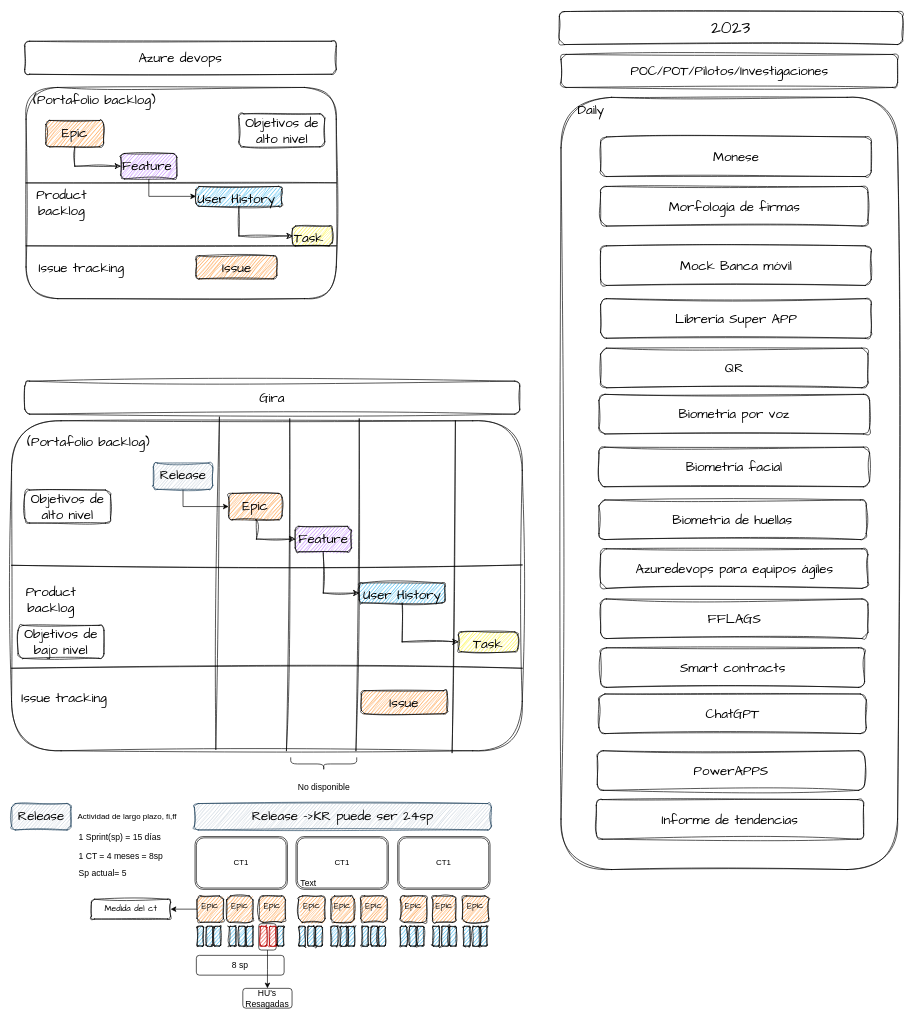
This is page "POC" (2 of 3) of Custodia iniciativas.drawio from santiagovb/Diagramas, a draw.io file, before an edit. Source tidied: cells renumbered, new cells numbered last; positions are measured from the earlier drawing's top-left corner, leaving out a move shared by most shapes. Both pictures are drawn from the tidied source at 66%, with x=0, y=0 at pixel (11, 11).
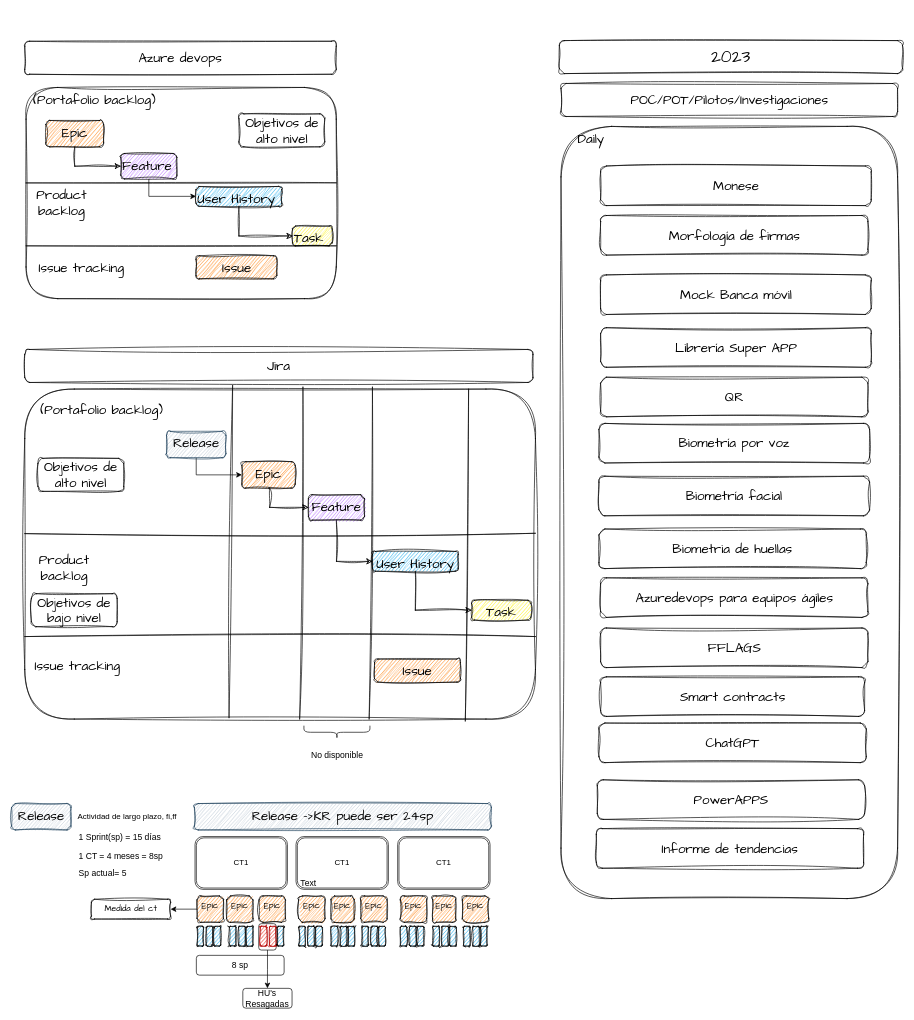
After the change.

What changed in the source:
```diff
@@
     <mxCell id="19" value="Daily" style="rounded=1;whiteSpace=wrap;html=1;sketch=1;hachureGap=4;jiggle=2;curveFitting=1;fontFamily=Architects Daughter;fontSize=20;fontColor=#000000;labelBackgroundColor=none;verticalAlign=top;align=left;spacingLeft=23;" parent="1" vertex="1">
-      <mxGeometry x="832.5" y="130" width="510" height="1170" as="geometry" />
+      <mxGeometry x="832.5" y="174" width="510" height="1170" as="geometry" />
     </mxCell>
     <mxCell id="20" value="Monese" style="rounded=1;whiteSpace=wrap;html=1;sketch=1;hachureGap=4;jiggle=2;curveFitting=1;fontFamily=Architects Daughter;fontSize=20;fontColor=#000000;labelBackgroundColor=none;" parent="1" vertex="1">
-      <mxGeometry x="892.5" y="190" width="410" height="60" as="geometry" />
+      <mxGeometry x="892.5" y="234" width="410" height="60" as="geometry" />
     </mxCell>
     <mxCell id="21" value="Biometría por voz" style="text;whiteSpace=wrap;html=1;fontSize=20;fontFamily=Architects Daughter;align=center;verticalAlign=middle;fillColor=default;strokeColor=default;rounded=1;sketch=1;hachureGap=4;jiggle=2;curveFitting=1;fontColor=#000000;labelBackgroundColor=none;" parent="1" vertex="1">
-      <mxGeometry x="890" y="580" width="410" height="60" as="geometry" />
+      <mxGeometry x="890" y="624" width="410" height="60" as="geometry" />
     </mxCell>
     <mxCell id="22" value="&lt;div style=&quot;text-align: left;&quot;&gt;&lt;span style=&quot;background-color: initial;&quot;&gt;Biometría facial&lt;/span&gt;&lt;/div&gt;" style="rounded=1;whiteSpace=wrap;html=1;sketch=1;hachureGap=4;jiggle=2;curveFitting=1;fontFamily=Architects Daughter;fontSize=20;gradientColor=none;fontColor=#000000;labelBackgroundColor=none;" parent="1" vertex="1">
-      <mxGeometry x="890" y="660" width="410" height="60" as="geometry" />
+      <mxGeometry x="890" y="704" width="410" height="60" as="geometry" />
     </mxCell>
     <mxCell id="23" value="&lt;div style=&quot;text-align: left;&quot;&gt;Mock Banca móvil&lt;/div&gt;" style="rounded=1;whiteSpace=wrap;html=1;sketch=1;hachureGap=4;jiggle=2;curveFitting=1;fontFamily=Architects Daughter;fontSize=20;fontColor=#000000;labelBackgroundColor=none;" parent="1" vertex="1">
-      <mxGeometry x="892.5" y="355" width="410" height="60" as="geometry" />
+      <mxGeometry x="892.5" y="399" width="410" height="60" as="geometry" />
     </mxCell>
     <mxCell id="24" value="&lt;div style=&quot;text-align: left;&quot;&gt;Librería Super APP&lt;/div&gt;" style="rounded=1;whiteSpace=wrap;html=1;sketch=1;hachureGap=4;jiggle=2;curveFitting=1;fontFamily=Architects Daughter;fontSize=20;fontColor=#000000;labelBackgroundColor=none;" parent="1" vertex="1">
-      <mxGeometry x="892.5" y="435" width="410" height="60" as="geometry" />
+      <mxGeometry x="892.5" y="479" width="410" height="60" as="geometry" />
     </mxCell>
     <mxCell id="25" value="Smart contracts" style="rounded=1;whiteSpace=wrap;html=1;sketch=1;hachureGap=4;jiggle=2;curveFitting=1;fontFamily=Architects Daughter;fontSize=20;fontColor=#000000;labelBackgroundColor=none;" parent="1" vertex="1">
-      <mxGeometry x="892.5" y="964" width="400" height="60" as="geometry" />
+      <mxGeometry x="892.5" y="1008" width="400" height="60" as="geometry" />
     </mxCell>
     <mxCell id="26" value="ChatGPT" style="rounded=1;whiteSpace=wrap;html=1;sketch=1;hachureGap=4;jiggle=2;curveFitting=1;fontFamily=Architects Daughter;fontSize=20;fontColor=#000000;labelBackgroundColor=none;" parent="1" vertex="1">
-      <mxGeometry x="890" y="1034" width="405" height="60" as="geometry" />
+      <mxGeometry x="890" y="1078" width="405" height="60" as="geometry" />
     </mxCell>
     <mxCell id="27" value="&lt;div style=&quot;text-align: left;&quot;&gt;&lt;span style=&quot;background-color: initial;&quot;&gt;Biometria de huellas&lt;/span&gt;&lt;/div&gt;" style="rounded=1;whiteSpace=wrap;html=1;sketch=1;hachureGap=4;jiggle=2;curveFitting=1;fontFamily=Architects Daughter;fontSize=20;fontColor=#000000;labelBackgroundColor=none;" parent="1" vertex="1">
-      <mxGeometry x="890" y="740" width="405" height="60" as="geometry" />
+      <mxGeometry x="890" y="784" width="405" height="60" as="geometry" />
     </mxCell>
     <mxCell id="28" value="&lt;div style=&quot;text-align: left;&quot;&gt;&lt;span style=&quot;background-color: initial;&quot;&gt;Morfología de firmas&lt;/span&gt;&lt;/div&gt;" style="rounded=1;whiteSpace=wrap;html=1;sketch=1;hachureGap=4;jiggle=2;curveFitting=1;fontFamily=Architects Daughter;fontSize=20;fontColor=#000000;labelBackgroundColor=none;" parent="1" vertex="1">
-      <mxGeometry x="892.5" y="265" width="405" height="60" as="geometry" />
+      <mxGeometry x="892.5" y="309" width="405" height="60" as="geometry" />
     </mxCell>
     <mxCell id="29" value="&lt;span style=&quot;accent-color: auto; place-content: normal; place-items: normal; place-self: auto; alignment-baseline: auto; animation: 0s ease 0s 1 normal none running none; app-region: none; appearance: none; aspect-ratio: auto; backdrop-filter: none; backface-visibility: visible; background-image: none; background-position: 0% 0%; background-size: auto; background-repeat: repeat; background-attachment: scroll; background-origin: padding-box; background-clip: border-box; background-blend-mode: normal; baseline-shift: 0px; border-image: none 100% / 1 / 0 stretch; border-color: rgb(0, 0, 0); border-collapse: separate; border-end-end-radius: 0px; border-end-start-radius: 0px; border-width: 0px; border-style: none; border-spacing: 0px; border-start-end-radius: 0px; border-start-start-radius: 0px; border-radius: 0px; inset: auto; box-shadow: none; box-sizing: content-box; break-after: auto; break-before: auto; break-inside: auto; buffered-rendering: auto; caption-side: top; caret-color: rgb(0, 0, 0); clear: none; clip: auto; clip-path: none; clip-rule: nonzero; color-interpolation: srgb; color-interpolation-filters: linearrgb; color-rendering: auto; color-scheme: normal; columns: auto auto; column-fill: balance; gap: normal; column-rule: 0px none rgb(0, 0, 0); column-span: none; contain: none; contain-intrinsic-block-size: none; contain-intrinsic-size: none; contain-intrinsic-inline-size: none; container: none; content: normal; content-visibility: visible; counter-increment: none; counter-reset: none; counter-set: none; cursor: text; cx: 0px; cy: 0px; d: none; direction: ltr; display: inline; dominant-baseline: auto; empty-cells: show; fill: rgb(0, 0, 0); fill-opacity: 1; fill-rule: nonzero; filter: none; flex: 0 1 auto; flex-flow: row nowrap; float: none; flood-color: rgb(0, 0, 0); flood-opacity: 1; font-feature-settings: normal; font-kerning: none; font-optical-sizing: auto; font-palette: normal; font-size: 20px; font-stretch: 100%; font-synthesis: weight style small-caps; font-variant-ligatures: no-common-ligatures no-discretionary-ligatures no-historical-ligatures no-contextual; font-variant-numeric: normal; font-variant-east-asian: normal; font-variation-settings: normal; forced-color-adjust: auto; grid-area: auto / auto / auto / auto; grid: auto-flow auto / none; height: auto; hyphenate-character: auto; hyphens: manual; image-orientation: from-image; image-rendering: auto; inline-size: auto; inset-block: auto; inset-inline: auto; isolation: auto; lighting-color: rgb(255, 255, 255); line-height: 10px; list-style: outside none disc; margin: 0px; marker: none; mask: none; mask-type: luminance; max-height: none; max-width: none; min-height: 0px; min-width: 0px; mix-blend-mode: normal; object-fit: fill; object-position: 50% 50%; object-view-box: none; offset: none 0px auto 0deg; opacity: 1; order: 0; outline: rgb(0, 0, 0) none 0px; outline-offset: 0px; overflow: visible; overflow-anchor: auto; overflow-clip-margin: 0px; overflow-wrap: break-word; overscroll-behavior-block: auto; overscroll-behavior-inline: auto; overscroll-behavior: auto; padding: 0.00978849px 0px 0px; page: auto; paint-order: normal; perspective: none; perspective-origin: 0px 0px; pointer-events: all; position: static; quotes: auto; r: 0px; resize: none; rotate: none; ruby-position: over; rx: auto; ry: auto; scale: none; scroll-behavior: auto; scroll-margin-block: 0px; scroll-margin: 0px; scroll-margin-inline: 0px; scroll-padding-block: auto; scroll-padding: auto; scroll-padding-inline: auto; scroll-snap-align: none; scroll-snap-stop: normal; scroll-snap-type: none; scrollbar-gutter: auto; shape-image-threshold: 0; shape-margin: 0px; shape-outside: none; shape-rendering: auto; speak: normal; stop-color: rgb(0, 0, 0); stop-opacity: 1; stroke: none; stroke-dasharray: none; stroke-dashoffset: 0px; stroke-linecap: butt; stroke-linejoin: miter; stroke-miterlimit: 4; stroke-opacity: 1; stroke-width: 1px; tab-size: 8; table-layout: auto; text-align: left; text-align-last: auto; text-anchor: start; text-combine-upright: none; text-decoration-style: solid; text-decoration-color: rgb(0, 0, 0); text-decoration-skip-ink: none; text-emphasis: none rgb(0, 0, 0); text-emphasis-position: over; text-orientation: mixed; text-overflow: clip; text-rendering: auto; text-shadow: none; text-size-adjust: auto; text-underline-offset: auto; text-underline-position: auto; touch-action: pan-x pan-y; transform: none; transform-box: view-box; transform-origin: 0px 0px; transform-style: flat; transition: all 0s ease 0s; translate: none; unicode-bidi: normal; user-select: text; vector-effect: none; vertical-align: -0.00978849px; visibility: visible; border-block-end: 0px none rgb(0, 0, 0); border-block-start: 0px none rgb(0, 0, 0); border-inline-end: 0px none rgb(0, 0, 0); -webkit-border-image: none; border-inline-start: 0px none rgb(0, 0, 0); -webkit-box-align: stretch; -webkit-box-decoration-break: slice; -webkit-box-direction: normal; -webkit-box-flex: 0; -webkit-box-ordinal-group: 1; -webkit-box-orient: horizontal; -webkit-box-pack: start; -webkit-font-smoothing: auto; -webkit-highlight: none; -webkit-line-break: after-white-space; -webkit-locale: &amp;quot;en-US&amp;quot;; block-size: auto; margin-block: 0px; margin-inline: 0px; -webkit-mask-box-image-source: none; -webkit-mask-box-image-slice: 0 fill; -webkit-mask-box-image-width: auto; -webkit-mask-box-image-outset: 0; -webkit-mask-box-image-repeat: stretch; -webkit-mask: none 0% 0% / auto repeat border-box border-box; -webkit-mask-composite: source-over; max-block-size: none; max-inline-size: none; min-block-size: 0px; min-inline-size: 0px; padding-block: 0.00978849px 0px; padding-inline: 0px; -webkit-print-color-adjust: economy; -webkit-rtl-ordering: logical; -webkit-ruby-position: before; -webkit-tap-highlight-color: rgba(0, 0, 0, 0); -webkit-text-combine: none; -webkit-text-fill-color: rgb(0, 0, 0); -webkit-text-orientation: vertical-right; -webkit-text-security: none; -webkit-text-stroke-color: rgb(0, 0, 0); -webkit-user-drag: none; -webkit-user-modify: read-write; -webkit-writing-mode: horizontal-tb; width: auto; will-change: auto; word-break: normal; writing-mode: horizontal-tb; x: 0px; y: 0px; z-index: auto; zoom: 1;&quot; lang=&quot;EN-US&quot; class=&quot;TextRun SCXP247995841 BCX0&quot; data-contrast=&quot;none&quot; data-usefontface=&quot;false&quot;&gt;&lt;span style=&quot;vertical-align: 0.00978849px; line-height: 0px; position: relative; font-size: 20px;&quot; class=&quot;SpellingError SCXP247995841 BCX0&quot;&gt;QR&lt;/span&gt;&lt;/span&gt;" style="rounded=1;whiteSpace=wrap;html=1;sketch=1;hachureGap=4;jiggle=2;curveFitting=1;fontFamily=Architects Daughter;fontSize=20;fontColor=#000000;labelBackgroundColor=none;" parent="1" vertex="1">
-      <mxGeometry x="892.5" y="510" width="405" height="60" as="geometry" />
+      <mxGeometry x="892.5" y="554" width="405" height="60" as="geometry" />
     </mxCell>
     <mxCell id="30" value="Azuredevops para equipos ágiles" style="rounded=1;whiteSpace=wrap;html=1;sketch=1;hachureGap=4;jiggle=2;curveFitting=1;fontFamily=Architects Daughter;fontSize=20;fontColor=#000000;labelBackgroundColor=none;" parent="1" vertex="1">
-      <mxGeometry x="892.5" y="814" width="405" height="60" as="geometry" />
+      <mxGeometry x="892.5" y="858" width="405" height="60" as="geometry" />
     </mxCell>
     <mxCell id="31" value="FFLAGS" style="rounded=1;whiteSpace=wrap;html=1;sketch=1;hachureGap=4;jiggle=2;curveFitting=1;fontFamily=Architects Daughter;fontSize=20;fontColor=#000000;labelBackgroundColor=none;" parent="1" vertex="1">
-      <mxGeometry x="892.5" y="890" width="405" height="60" as="geometry" />
+      <mxGeometry x="892.5" y="934" width="405" height="60" as="geometry" />
     </mxCell>
     <mxCell id="32" value="&lt;font style=&quot;font-size: 26px;&quot;&gt;2023&lt;/font&gt;" style="whiteSpace=wrap;html=1;fontSize=20;fontFamily=Architects Daughter;fontColor=#000000;rounded=1;sketch=1;hachureGap=4;jiggle=2;curveFitting=1;labelBackgroundColor=none;" parent="1" vertex="1">
-      <mxGeometry x="830" width="520" height="50" as="geometry" />
+      <mxGeometry x="830" y="44" width="520" height="50" as="geometry" />
     </mxCell>
     <mxCell id="33" value="PowerAPPS" style="rounded=1;whiteSpace=wrap;html=1;sketch=1;hachureGap=4;jiggle=2;curveFitting=1;fontFamily=Architects Daughter;fontSize=20;fontColor=#000000;labelBackgroundColor=none;" parent="1" vertex="1">
-      <mxGeometry x="887.5" y="1120" width="405" height="60" as="geometry" />
+      <mxGeometry x="887.5" y="1164" width="405" height="60" as="geometry" />
     </mxCell>
     <mxCell id="34" value="POC/POT/Pilotos/Investigaciones" style="whiteSpace=wrap;html=1;fontSize=20;fontFamily=Architects Daughter;fontColor=#000000;rounded=1;sketch=1;hachureGap=4;jiggle=2;curveFitting=1;labelBackgroundColor=none;" parent="1" vertex="1">
-      <mxGeometry x="832.5" y="65" width="510" height="50" as="geometry" />
+      <mxGeometry x="832.5" y="109" width="510" height="50" as="geometry" />
     </mxCell>
     <mxCell id="35" value="Informe de tendencias" style="rounded=1;whiteSpace=wrap;html=1;sketch=1;hachureGap=4;jiggle=2;curveFitting=1;fontFamily=Architects Daughter;fontSize=20;fontColor=#000000;labelBackgroundColor=none;" parent="1" vertex="1">
-      <mxGeometry x="886" y="1194" width="405" height="60" as="geometry" />
+      <mxGeometry x="886" y="1238" width="405" height="60" as="geometry" />
     </mxCell>
-    <mxCell id="36" value="Gira" style="rounded=1;whiteSpace=wrap;html=1;sketch=1;hachureGap=4;jiggle=2;curveFitting=1;fontFamily=Architects Daughter;fontSize=20;" parent="1" vertex="1">
-      <mxGeometry x="20" y="560" width="750" height="50" as="geometry" />
+    <mxCell id="36" value="Jira" style="rounded=1;whiteSpace=wrap;html=1;sketch=1;hachureGap=4;jiggle=2;curveFitting=1;fontFamily=Architects Daughter;fontSize=20;" parent="1" vertex="1">
+      <mxGeometry x="20" y="512" width="770" height="50" as="geometry" />
     </mxCell>
     <mxCell id="37" value="(Portafolio backlog)" style="rounded=1;whiteSpace=wrap;html=1;sketch=1;hachureGap=4;jiggle=2;curveFitting=1;fontFamily=Architects Daughter;fontSize=20;align=left;verticalAlign=top;spacingLeft=9;spacingRight=2;spacing=15;" parent="1" vertex="1">
-      <mxGeometry y="620" width="773.8" height="500" as="geometry" />
+      <mxGeometry x="20" y="572" width="773.8" height="500" as="geometry" />
     </mxCell>
     <mxCell id="38" style="edgeStyle=orthogonalEdgeStyle;rounded=0;sketch=1;hachureGap=4;jiggle=2;curveFitting=1;jettySize=auto;html=1;entryX=0;entryY=0.5;entryDx=0;entryDy=0;fontFamily=Architects Daughter;fontSize=16;exitX=0.5;exitY=1;exitDx=0;exitDy=0;" parent="1" edge="1" source="39" target="41">
       <mxGeometry relative="1" as="geometry">
         <Array as="points">
-          <mxPoint x="371" y="799" />
+          <mxPoint x="391" y="751" />
         </Array>
       </mxGeometry>
     </mxCell>
     <mxCell id="39" value="Epic" style="rounded=1;whiteSpace=wrap;html=1;sketch=1;hachureGap=4;jiggle=2;curveFitting=1;fontFamily=Architects Daughter;fontSize=20;align=center;verticalAlign=top;fillColor=#ff7b01;" parent="1" vertex="1">
-      <mxGeometry x="329" y="730" width="80.8" height="40" as="geometry" />
+      <mxGeometry x="349" y="682" width="80.8" height="40" as="geometry" />
     </mxCell>
@@
     <mxCell id="41" value="Feature" style="rounded=1;whiteSpace=wrap;html=1;sketch=1;hachureGap=4;jiggle=2;curveFitting=1;fontFamily=Architects Daughter;fontSize=20;align=center;verticalAlign=top;fillColor=#b062ff;" parent="1" vertex="1">
-      <mxGeometry x="429.8" y="780" width="85" height="38.6" as="geometry" />
+      <mxGeometry x="449.8" y="732" width="85" height="38.6" as="geometry" />
     </mxCell>
@@
     <mxCell id="43" value="User History" style="rounded=1;whiteSpace=wrap;html=1;sketch=1;hachureGap=4;jiggle=2;curveFitting=1;fontFamily=Architects Daughter;fontSize=20;align=center;verticalAlign=top;fillColor=#08a2e8;" parent="1" vertex="1">
-      <mxGeometry x="526.8" y="866" width="130" height="30" as="geometry" />
+      <mxGeometry x="546.8" y="818" width="130" height="30" as="geometry" />
     </mxCell>
     <mxCell id="44" value="Task" style="rounded=1;whiteSpace=wrap;html=1;sketch=1;hachureGap=4;jiggle=2;curveFitting=1;fontFamily=Architects Daughter;fontSize=20;align=center;verticalAlign=top;fillColor=#fff203;" parent="1" vertex="1">
-      <mxGeometry x="677" y="940" width="90" height="30" as="geometry" />
+      <mxGeometry x="697" y="892" width="90" height="30" as="geometry" />
     </mxCell>
@@
     <mxCell id="46" value="Issue" style="rounded=1;whiteSpace=wrap;html=1;sketch=1;hachureGap=4;jiggle=2;curveFitting=1;fontFamily=Architects Daughter;fontSize=20;fillColor=#ff7b01;" parent="1" vertex="1">
-      <mxGeometry x="530" y="1029" width="130" height="35" as="geometry" />
+      <mxGeometry x="550" y="981" width="130" height="35" as="geometry" />
     </mxCell>
     <mxCell id="47" value="Product backlog" style="text;html=1;strokeColor=none;fillColor=none;align=center;verticalAlign=middle;whiteSpace=wrap;rounded=0;sketch=1;hachureGap=4;jiggle=2;curveFitting=1;fontFamily=Architects Daughter;fontSize=20;" parent="1" vertex="1">
-      <mxGeometry x="20" y="866" width="80" height="50" as="geometry" />
+      <mxGeometry x="40" y="818" width="80" height="50" as="geometry" />
     </mxCell>
     <mxCell id="48" style="endArrow=none;html=1;rounded=0;sketch=1;hachureGap=4;jiggle=2;curveFitting=1;fontFamily=Architects Daughter;fontSize=16;exitX=1;exitY=0.75;exitDx=0;exitDy=0;" parent="1" edge="1">
       <mxGeometry relative="1" as="geometry">
-        <mxPoint x="773.7" y="838.5" as="sourcePoint" />
-        <mxPoint y="839" as="targetPoint" />
+        <mxPoint x="793.7" y="790.5" as="sourcePoint" />
+        <mxPoint x="20" y="791" as="targetPoint" />
       </mxGeometry>
     </mxCell>
     <mxCell id="49" value="Issue tracking" style="text;html=1;strokeColor=none;fillColor=none;align=center;verticalAlign=middle;whiteSpace=wrap;rounded=0;sketch=1;hachureGap=4;jiggle=2;curveFitting=1;fontFamily=Architects Daughter;fontSize=20;" parent="1" vertex="1">
-      <mxGeometry x="10" y="1014" width="140" height="50" as="geometry" />
+      <mxGeometry x="30" y="966" width="140" height="50" as="geometry" />
     </mxCell>
@@
     <mxCell id="51" value="Release" style="rounded=1;whiteSpace=wrap;html=1;sketch=1;hachureGap=4;jiggle=2;curveFitting=1;fontFamily=Architects Daughter;fontSize=20;align=center;verticalAlign=top;fillColor=#bac8d3;strokeColor=#23445d;" parent="1" vertex="1">
-      <mxGeometry x="214.8" y="684" width="90" height="40" as="geometry" />
+      <mxGeometry x="234.8" y="636" width="90" height="40" as="geometry" />
     </mxCell>
@@
     <mxCell id="53" value="Objetivos de alto nivel" style="rounded=1;whiteSpace=wrap;html=1;sketch=1;hachureGap=4;jiggle=2;curveFitting=1;fontFamily=Architects Daughter;fontSize=20;" parent="1" vertex="1">
-      <mxGeometry x="20" y="725" width="130" height="50" as="geometry" />
+      <mxGeometry x="40" y="677" width="130" height="50" as="geometry" />
     </mxCell>
     <mxCell id="54" value="Objetivos de bajo nivel" style="rounded=1;whiteSpace=wrap;html=1;sketch=1;hachureGap=4;jiggle=2;curveFitting=1;fontFamily=Architects Daughter;fontSize=20;" parent="1" vertex="1">
-      <mxGeometry x="10" y="930" width="130" height="50" as="geometry" />
+      <mxGeometry x="30" y="882" width="130" height="50" as="geometry" />
     </mxCell>
@@
     <mxCell id="56" style="endArrow=none;html=1;rounded=0;sketch=1;hachureGap=4;jiggle=2;curveFitting=1;fontFamily=Architects Daughter;fontSize=16;exitX=0.4;exitY=0.996;exitDx=0;exitDy=0;entryX=0.407;entryY=-0.011;entryDx=0;entryDy=0;entryPerimeter=0;exitPerimeter=0;" parent="1" edge="1">
       <mxGeometry relative="1" as="geometry">
-        <mxPoint x="416.5" y="1120" as="sourcePoint" />
-        <mxPoint x="421.5" y="617" as="targetPoint" />
+        <mxPoint x="436.5" y="1072" as="sourcePoint" />
+        <mxPoint x="441.5" y="569" as="targetPoint" />
       </mxGeometry>
     </mxCell>
     <mxCell id="57" style="endArrow=none;html=1;rounded=0;sketch=1;hachureGap=4;jiggle=2;curveFitting=1;fontFamily=Architects Daughter;fontSize=16;exitX=0.4;exitY=0.996;exitDx=0;exitDy=0;entryX=0.407;entryY=-0.011;entryDx=0;entryDy=0;entryPerimeter=0;exitPerimeter=0;" parent="1" edge="1">
       <mxGeometry relative="1" as="geometry">
-        <mxPoint x="521.8" y="1120" as="sourcePoint" />
-        <mxPoint x="526.8" y="617" as="targetPoint" />
+        <mxPoint x="541.8" y="1072" as="sourcePoint" />
+        <mxPoint x="546.8" y="569" as="targetPoint" />
       </mxGeometry>
     </mxCell>
     <mxCell id="58" style="endArrow=none;html=1;rounded=0;sketch=1;hachureGap=4;jiggle=2;curveFitting=1;fontFamily=Architects Daughter;fontSize=16;exitX=0.4;exitY=0.996;exitDx=0;exitDy=0;entryX=0.407;entryY=-0.011;entryDx=0;entryDy=0;entryPerimeter=0;exitPerimeter=0;" parent="1" edge="1">
       <mxGeometry relative="1" as="geometry">
-        <mxPoint x="667.5" y="1123" as="sourcePoint" />
-        <mxPoint x="672.5" y="620" as="targetPoint" />
+        <mxPoint x="687.5" y="1075" as="sourcePoint" />
+        <mxPoint x="692.5" y="572" as="targetPoint" />
       </mxGeometry>
     </mxCell>
     <mxCell id="59" style="shape=curlyBracket;whiteSpace=wrap;html=1;rounded=1;labelPosition=left;verticalLabelPosition=middle;align=right;verticalAlign=middle;rotation=-90;" parent="1" vertex="1">
-      <mxGeometry x="463" y="1090" width="20" height="100" as="geometry" />
+      <mxGeometry x="483" y="1042" width="20" height="100" as="geometry" />
     </mxCell>
@@
     <mxCell id="109" value="No disponible" style="text;html=1;strokeColor=none;fillColor=none;align=center;verticalAlign=middle;whiteSpace=wrap;rounded=0;fontSize=13;" parent="1" vertex="1">
-      <mxGeometry x="429.5" y="1160" width="87" height="30" as="geometry" />
+      <mxGeometry x="449.5" y="1112" width="87" height="30" as="geometry" />
     </mxCell>
```
